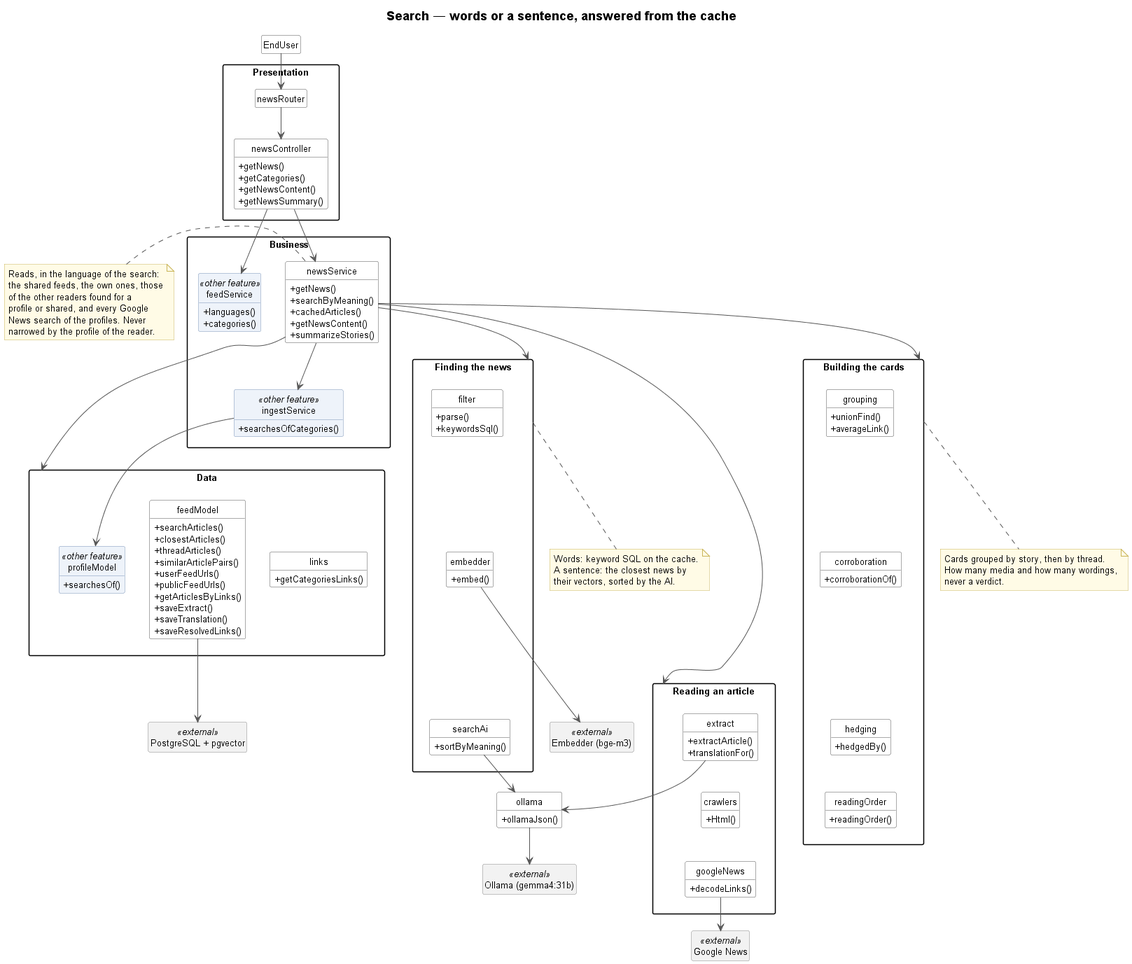
TPI2026-NewsGenerator/NewsGenerator-Backend keeps this PlantUML diagram as docs/UML/sprint4/03-search.png. Above is the earlier version.
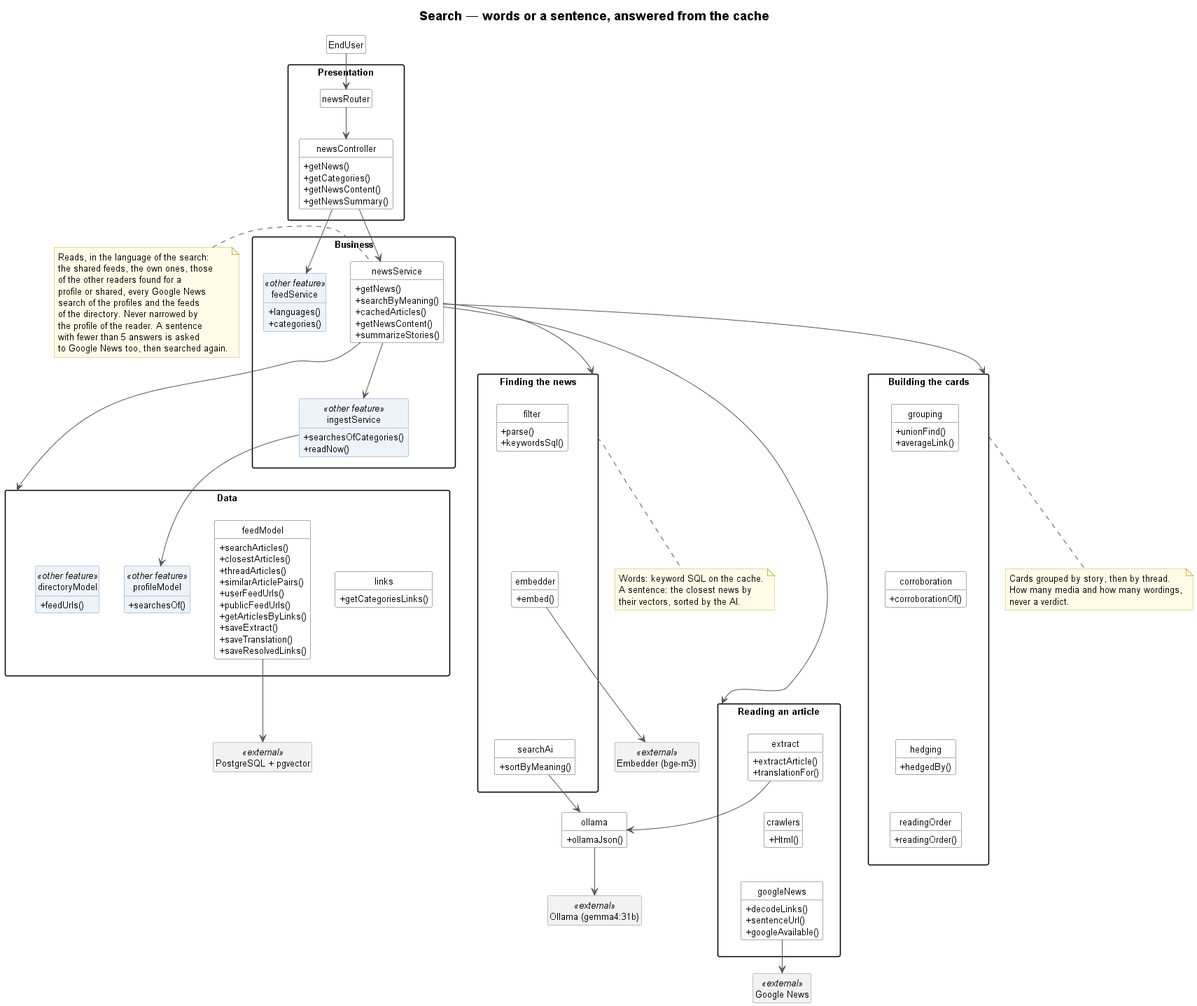
Above is the later version.

Change to the diagram source:
```diff
@@ -26,15 +26,19 @@
     }
     class ingestService <<other feature>> {
         + searchesOfCategories()
+        + readNow()
     }
 }
 note left of newsService
     Reads, in the language of the search:
     the shared feeds, the own ones, those
     of the other readers found for a
-    profile or shared, and every Google
-    News search of the profiles. Never
-    narrowed by the profile of the reader.
+    profile or shared, every Google News
+    search of the profiles and the feeds
+    of the directory. Never narrowed by
+    the profile of the reader. A sentence
+    with fewer than 5 answers is asked
+    to Google News too, then searched again.
 end note
 package "Data" as Data {
     class links {
@@ -54,6 +58,9 @@
     }
     class profileModel <<other feature>> {
         + searchesOf()
+    }
+    class directoryModel <<other feature>> {
+        + feedUrls()
     }
 }
 package "Finding the news" as Finding {
@@ -103,6 +110,8 @@
     }
     class googleNews {
         + decodeLinks()
+        + sentenceUrl()
+        + googleAvailable()
     }
 }
 class ollama {
```
